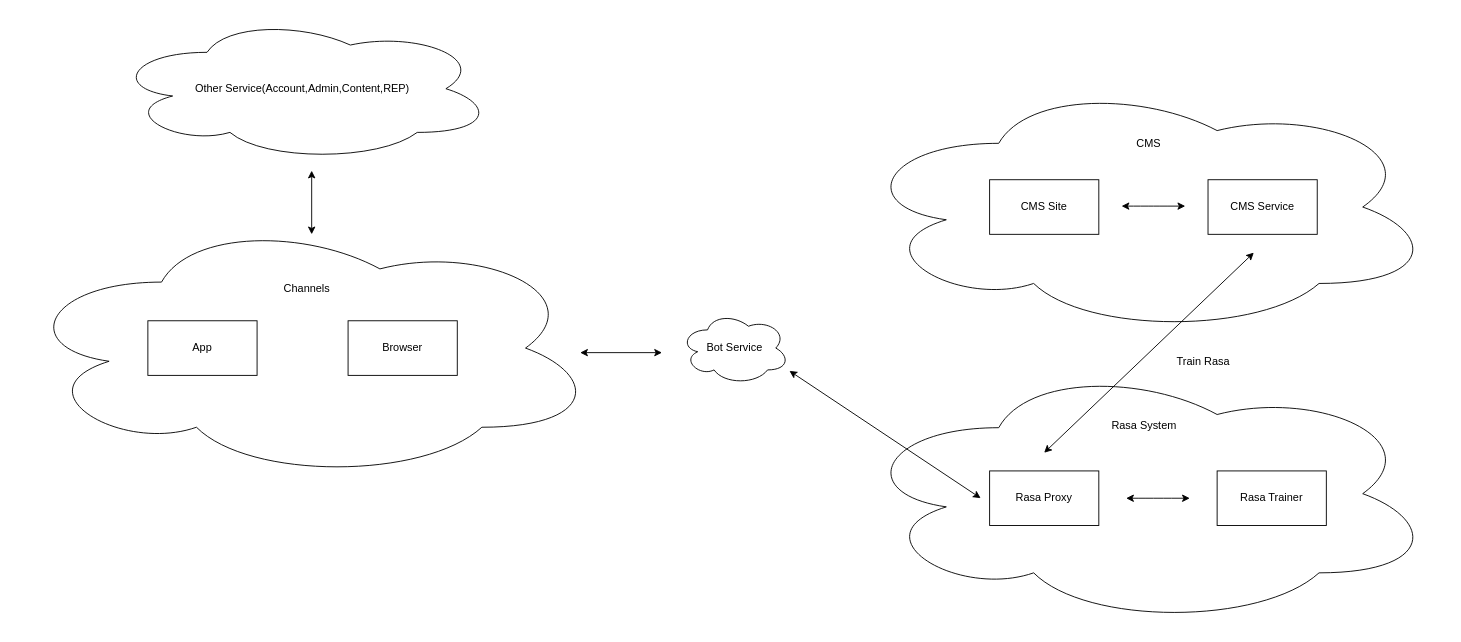
grapecitycarlzhang/drawio keeps this draw.io diagram as page "Structure" (1 of 2) of ChatSystemStructure.drawio. Above is the earlier version. Source tidied: cells renumbered, new cells numbered last; positions are measured from the earlier drawing's top-left corner, leaving out a move shared by most shapes. Both pictures are drawn from the tidied source at 91%, with x=0, y=0 at pixel (15, 15).
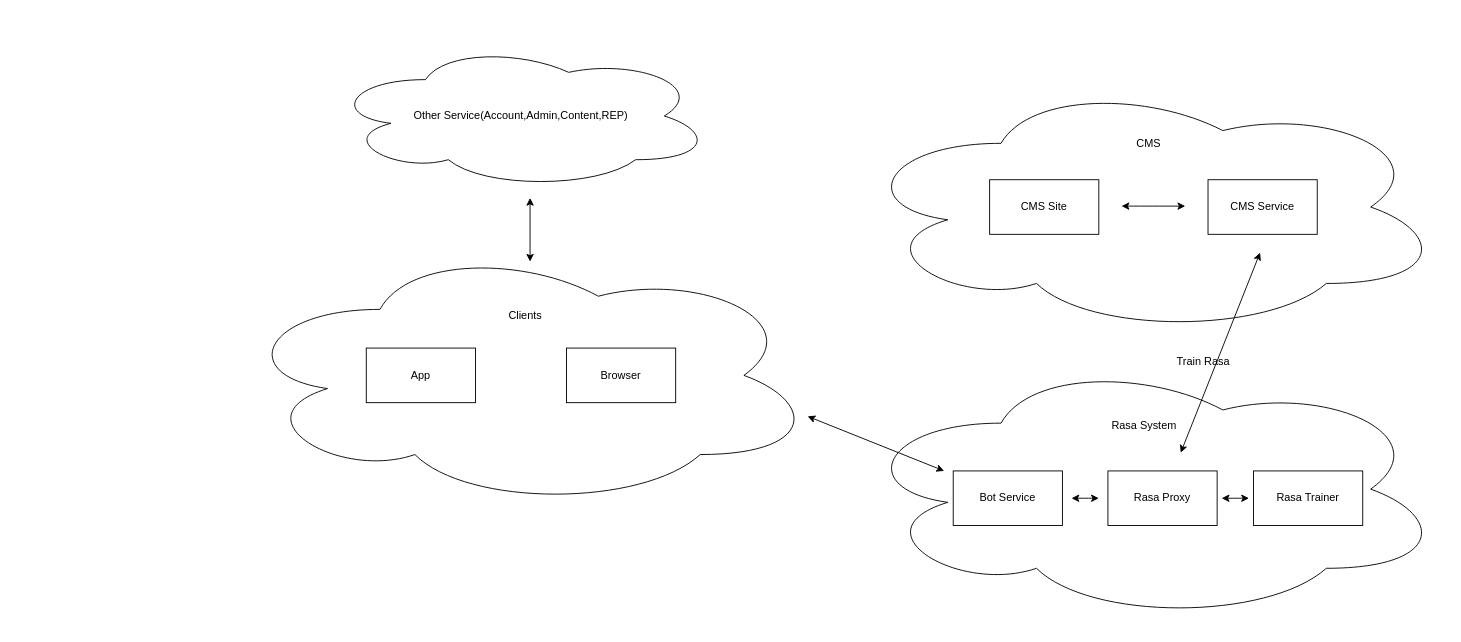
The same diagram, later.

Diff of the diagram source:
```diff
@@
     <mxCell id="2" style="ellipse;shape=cloud;whiteSpace=wrap;html=1;" parent="1" vertex="1">
-      <mxGeometry x="920" y="70" width="640" height="280" as="geometry" />
+      <mxGeometry x="920" y="70" width="650" height="280" as="geometry" />
     </mxCell>
@@
     <mxCell id="7" style="ellipse;shape=cloud;whiteSpace=wrap;html=1;" parent="1" vertex="1">
-      <mxGeometry x="920" y="380" width="640" height="290" as="geometry" />
+      <mxGeometry x="920" y="375" width="650" height="290" as="geometry" />
     </mxCell>
     <mxCell id="8" value="Rasa Proxy" style="rounded=0;whiteSpace=wrap;html=1;" parent="1" vertex="1">
-      <mxGeometry x="1070" y="500" width="120" height="60" as="geometry" />
+      <mxGeometry x="1200" y="500" width="120" height="60" as="geometry" />
     </mxCell>
     <mxCell id="9" value="Rasa Trainer" style="rounded=0;whiteSpace=wrap;html=1;" parent="1" vertex="1">
-      <mxGeometry x="1320" y="500" width="120" height="60" as="geometry" />
+      <mxGeometry x="1360" y="500" width="120" height="60" as="geometry" />
     </mxCell>
     <mxCell id="10" style="endArrow=classic;startArrow=classic;html=1;" parent="1" edge="1">
       <mxGeometry relative="1" as="geometry">
-        <mxPoint x="1220" y="530" as="sourcePoint" />
-        <mxPoint x="1290" y="530" as="targetPoint" />
+        <mxPoint x="1325" y="530" as="sourcePoint" />
+        <mxPoint x="1355" y="530" as="targetPoint" />
         <Array as="points">
-          <mxPoint x="1240" y="530" />
-          <mxPoint x="1260" y="530" />
+          <mxPoint x="1325" y="530" />
+          <mxPoint x="1345" y="530" />
         </Array>
       </mxGeometry>
     </mxCell>
-    <mxCell id="11" style="endArrow=classic;startArrow=classic;html=1;entryX=0.688;entryY=0.679;entryDx=0;entryDy=0;entryPerimeter=0;exitX=0.328;exitY=0.345;exitDx=0;exitDy=0;exitPerimeter=0;" parent="1" edge="1" source="7" target="2">
-      <mxGeometry relative="1" as="geometry" />
+    <mxCell id="11" style="endArrow=classic;startArrow=classic;html=1;entryX=0.688;entryY=0.679;entryDx=0;entryDy=0;entryPerimeter=0;" parent="1" edge="1" target="2">
+      <mxGeometry relative="1" as="geometry">
+        <mxPoint x="1280" y="480" as="sourcePoint" />
+      </mxGeometry>
     </mxCell>
     <mxCell id="12" style="ellipse;shape=cloud;whiteSpace=wrap;html=1;" parent="1" vertex="1">
-      <mxGeometry y="220" width="640" height="290" as="geometry" />
+      <mxGeometry x="240" y="250" width="640" height="290" as="geometry" />
     </mxCell>
@@
-    <mxCell id="14" value="Channels" style="text;html=1;strokeColor=none;fillColor=none;align=center;verticalAlign=middle;whiteSpace=wrap;rounded=0;" parent="1" vertex="1">
-      <mxGeometry x="275" y="290" width="90" height="20" as="geometry" />
+    <mxCell id="14" value="Clients" style="text;html=1;strokeColor=none;fillColor=none;align=center;verticalAlign=middle;whiteSpace=wrap;rounded=0;" parent="1" vertex="1">
+      <mxGeometry x="515" y="320" width="90" height="20" as="geometry" />
     </mxCell>
     <mxCell id="15" value="App" style="rounded=0;whiteSpace=wrap;html=1;" parent="1" vertex="1">
-      <mxGeometry x="145" y="335" width="120" height="60" as="geometry" />
+      <mxGeometry x="385" y="365" width="120" height="60" as="geometry" />
     </mxCell>
     <mxCell id="16" value="Browser" style="rounded=0;whiteSpace=wrap;html=1;" parent="1" vertex="1">
-      <mxGeometry x="365" y="335" width="120" height="60" as="geometry" />
+      <mxGeometry x="605" y="365" width="120" height="60" as="geometry" />
     </mxCell>
@@
     <mxCell id="19" value="Other Service(Account,Admin,Content,REP)" style="ellipse;shape=cloud;whiteSpace=wrap;html=1;" parent="1" vertex="1">
-      <mxGeometry x="105" width="420" height="160" as="geometry" />
+      <mxGeometry x="345" y="30" width="420" height="160" as="geometry" />
     </mxCell>
     <mxCell id="20" style="endArrow=classic;startArrow=classic;html=1;" parent="1" edge="1">
       <mxGeometry relative="1" as="geometry">
-        <mxPoint x="325" y="240" as="sourcePoint" />
-        <mxPoint x="325" y="170" as="targetPoint" />
+        <mxPoint x="565" y="270" as="sourcePoint" />
+        <mxPoint x="565" y="200" as="targetPoint" />
       </mxGeometry>
     </mxCell>
-    <mxCell id="21" value="Bot Service" style="ellipse;shape=cloud;whiteSpace=wrap;html=1;" parent="1" vertex="1">
-      <mxGeometry x="730" y="325" width="120" height="80" as="geometry" />
+    <mxCell id="21" value="Bot Service" style="rounded=0;whiteSpace=wrap;html=1;" parent="1" vertex="1">
+      <mxGeometry x="1030" y="500" width="120" height="60" as="geometry" />
     </mxCell>
-    <mxCell id="22" style="endArrow=classic;startArrow=classic;html=1;" parent="1" edge="1">
-      <mxGeometry relative="1" as="geometry">
-        <mxPoint x="620" y="370" as="sourcePoint" />
-        <mxPoint x="710" y="370" as="targetPoint" />
-      </mxGeometry>
-    </mxCell>
+    <mxCell id="23" style="endArrow=classic;startArrow=classic;html=1;" parent="1" edge="1">
+      <mxGeometry relative="1" as="geometry">
+        <mxPoint x="870" y="440" as="sourcePoint" />
+        <mxPoint x="1020" y="500" as="targetPoint" />
+      </mxGeometry>
+    </mxCell>
+    <mxCell id="24" style="endArrow=classic;startArrow=classic;html=1;" parent="1" edge="1">
+      <mxGeometry relative="1" as="geometry">
+        <mxPoint x="1160" y="530" as="sourcePoint" />
+        <mxPoint x="1190" y="530" as="targetPoint" />
+        <Array as="points">
+          <mxPoint x="1160" y="530" />
+          <mxPoint x="1180" y="530" />
+        </Array>
+      </mxGeometry>
+    </mxCell>
```
